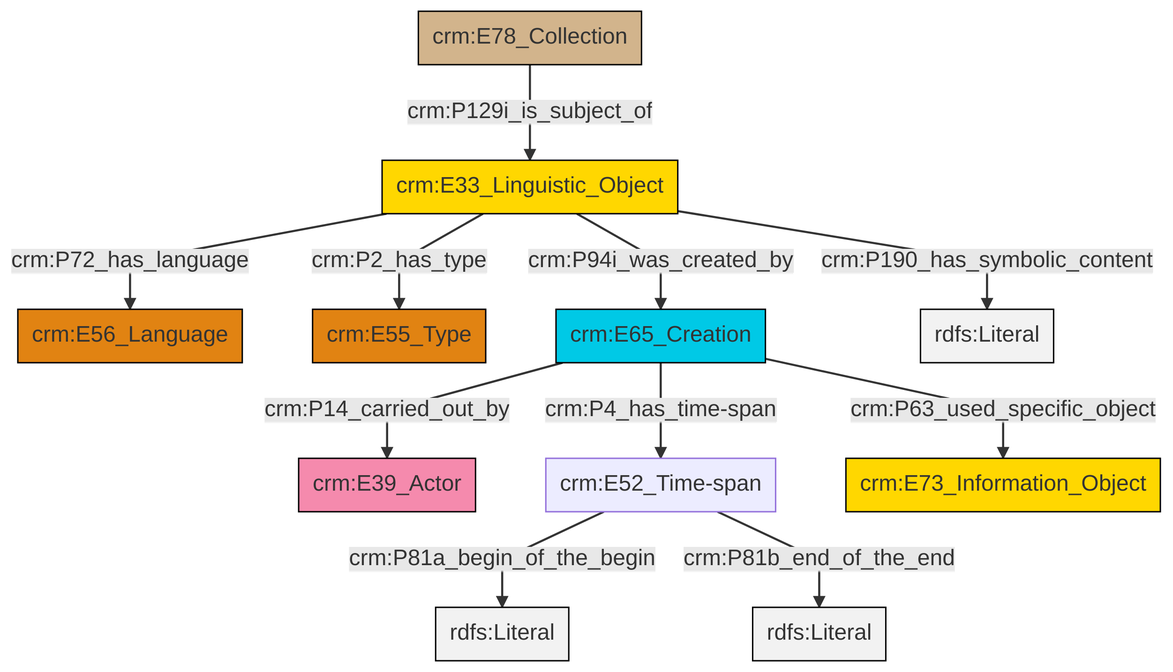
This is et/archivalCSV/ttl/mmd/png/archival_desc.png from swiss-art-research-net/docs.swissartresearch, a Mermaid export, as it was before one commit. Its source is kept beside it as et/archivalCSV/ttl/mmd/archival_desc.ttl.mmd.
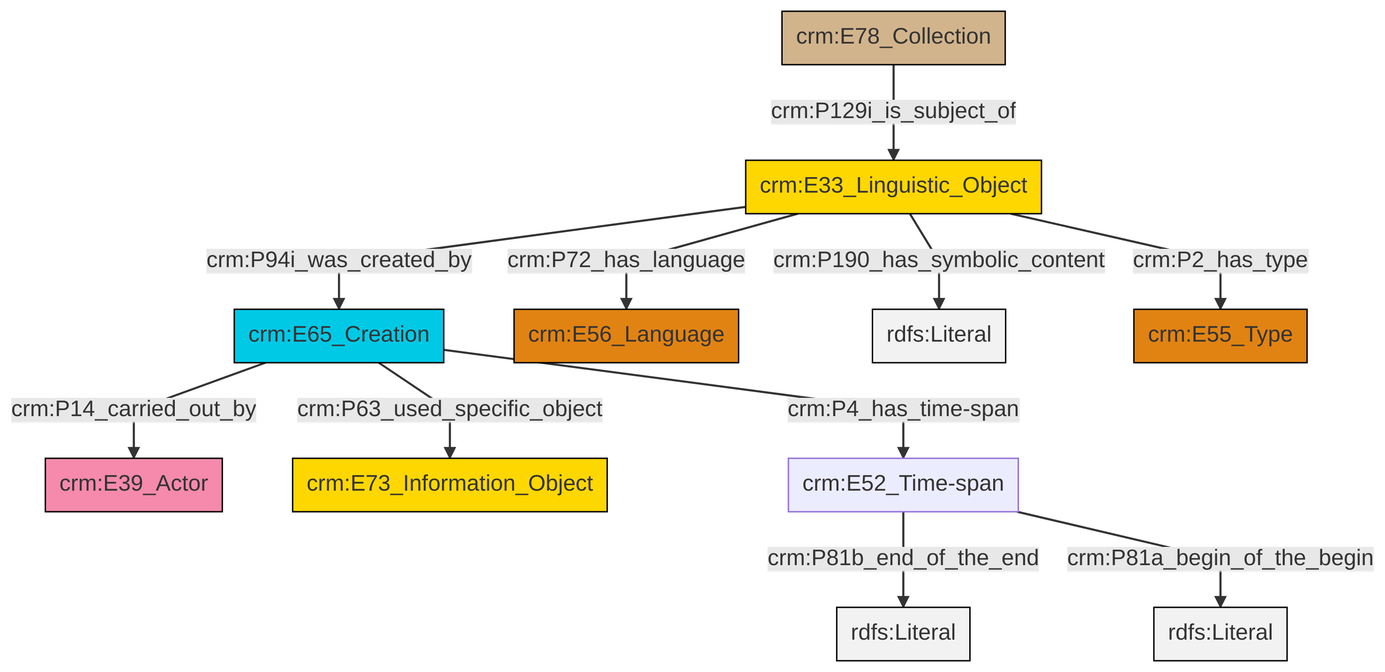
The same diagram one commit later.

Change to the diagram source:
```diff
@@ -13,13 +13,13 @@
 classDef PC_Classes fill:#4ce600, stroke:#000000;
 classDef Multi fill:#cccccc,stroke:#000000;
 
-2["crm:E33_Linguistic_Object"]:::Conceptual_Object -->|crm:P72_has_language| 3["crm:E56_Language"]:::Type
-7["crm:E52_Time-span"]:::Default -->|crm:P81a_begin_of_the_begin| 8[rdfs:Literal]:::Literal
-9["crm:E78_Collection"]:::Physical_Thing -->|crm:P129i_is_subject_of| 2["crm:E33_Linguistic_Object"]:::Conceptual_Object
-12["crm:E65_Creation"]:::Temporal_Entity -->|crm:P63_used_specific_object| 13["crm:E73_Information_Object"]:::Conceptual_Object
-12["crm:E65_Creation"]:::Temporal_Entity -->|crm:P14_carried_out_by| 0["crm:E39_Actor"]:::Actor
-2["crm:E33_Linguistic_Object"]:::Conceptual_Object -->|crm:P94i_was_created_by| 12["crm:E65_Creation"]:::Temporal_Entity
-7["crm:E52_Time-span"]:::Default -->|crm:P81b_end_of_the_end| 15[rdfs:Literal]:::Literal
-12["crm:E65_Creation"]:::Temporal_Entity -->|crm:P4_has_time-span| 7["crm:E52_Time-span"]:::Default
-2["crm:E33_Linguistic_Object"]:::Conceptual_Object -->|crm:P2_has_type| 5["crm:E55_Type"]:::Type
-2["crm:E33_Linguistic_Object"]:::Conceptual_Object -->|crm:P190_has_symbolic_content| 18[rdfs:Literal]:::Literal
+0["crm:E33_Linguistic_Object"]:::Conceptual_Object -->|crm:P94i_was_created_by| 1["crm:E65_Creation"]:::Temporal_Entity
+1["crm:E65_Creation"]:::Temporal_Entity -->|crm:P14_carried_out_by| 2["crm:E39_Actor"]:::Actor
+0["crm:E33_Linguistic_Object"]:::Conceptual_Object -->|crm:P72_has_language| 3["crm:E56_Language"]:::Type
+1["crm:E65_Creation"]:::Temporal_Entity -->|crm:P63_used_specific_object| 7["crm:E73_Information_Object"]:::Conceptual_Object
+0["crm:E33_Linguistic_Object"]:::Conceptual_Object -->|crm:P190_has_symbolic_content| 8[rdfs:Literal]:::Literal
+0["crm:E33_Linguistic_Object"]:::Conceptual_Object -->|crm:P2_has_type| 10["crm:E55_Type"]:::Type
+1["crm:E65_Creation"]:::Temporal_Entity -->|crm:P4_has_time-span| 11["crm:E52_Time-span"]:::Default
+11["crm:E52_Time-span"]:::Default -->|crm:P81b_end_of_the_end| 13[rdfs:Literal]:::Literal
+5["crm:E78_Collection"]:::Physical_Thing -->|crm:P129i_is_subject_of| 0["crm:E33_Linguistic_Object"]:::Conceptual_Object
+11["crm:E52_Time-span"]:::Default -->|crm:P81a_begin_of_the_begin| 17[rdfs:Literal]:::Literal
```
